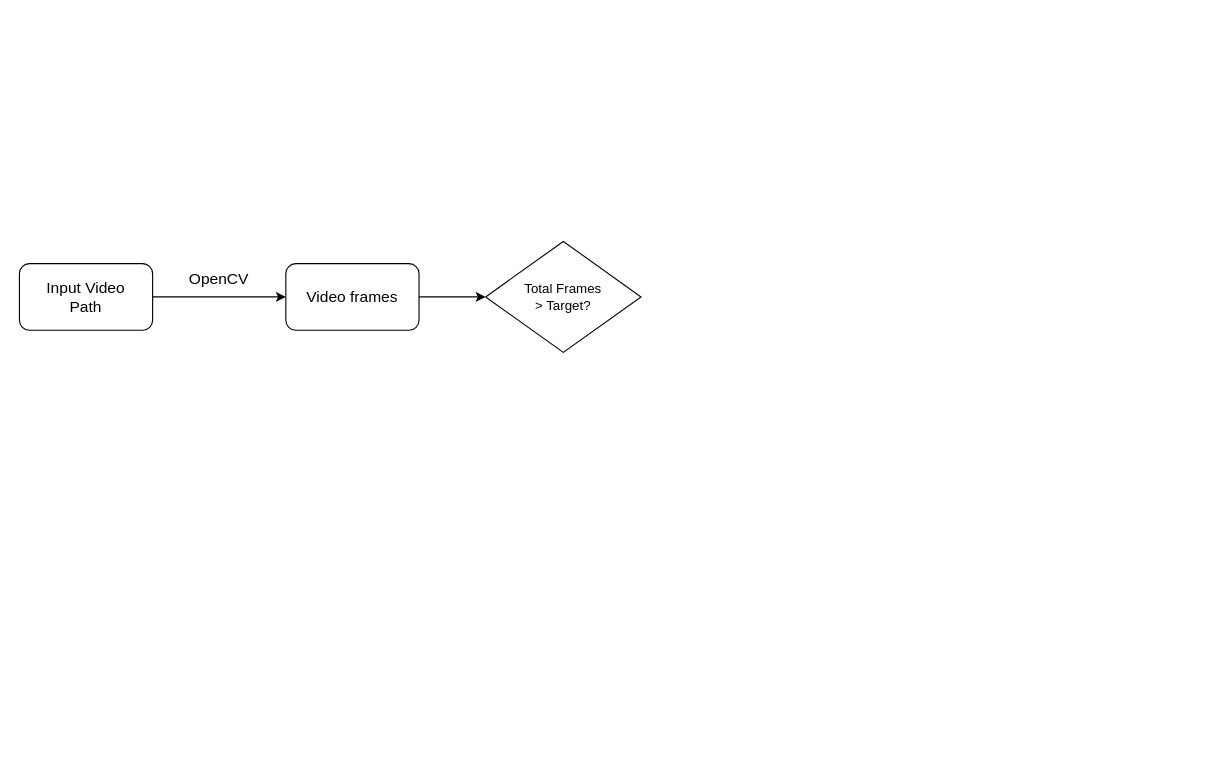
Before: DataPreprocessing.drawio in lukas0173/Draw.io, a draw.io diagram. Source tidied: cells renumbered, new cells numbered last; positions are measured from the earlier drawing's top-left corner, leaving out a move shared by most shapes. Both pictures are drawn from the tidied source at 111%, with x=0, y=0 at pixel (19, 241).
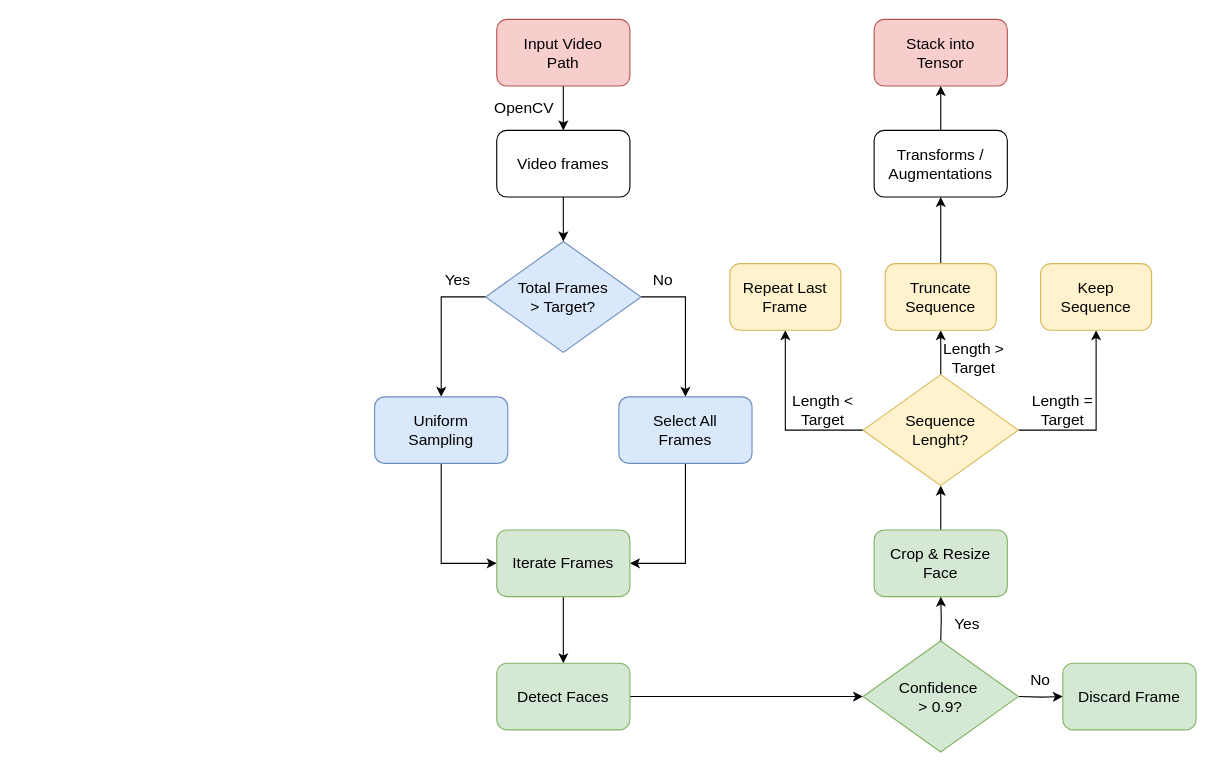
The same diagram, later.

What changed in the source:
```diff
@@
-    <mxCell id="2" style="edgeStyle=orthogonalEdgeStyle;rounded=0;jettySize=auto;html=1;entryX=0;entryY=0.5;entryDx=0;entryDy=0;" parent="1" edge="1" source="3" target="5">
+    <mxCell id="2" style="edgeStyle=orthogonalEdgeStyle;rounded=0;jettySize=auto;html=1;" parent="1" edge="1" source="3" target="5">
       <mxGeometry relative="1" as="geometry" />
     </mxCell>
-    <mxCell id="3" value="&lt;font&gt;Input Video&lt;/font&gt;&lt;div&gt;&lt;font&gt;Path&lt;/font&gt;&lt;/div&gt;" style="rounded=1;whiteSpace=wrap;html=1;fontSize=14;" parent="1" vertex="1">
-      <mxGeometry y="20" width="120" height="60" as="geometry" />
+    <mxCell id="3" value="&lt;font&gt;Input Video&lt;/font&gt;&lt;div&gt;&lt;font&gt;Path&lt;/font&gt;&lt;/div&gt;" style="rounded=1;whiteSpace=wrap;html=1;fontSize=14;fillColor=#f8cecc;strokeColor=#b85450;" parent="1" vertex="1">
+      <mxGeometry x="430" y="-200" width="120" height="60" as="geometry" />
     </mxCell>
@@
     <mxCell id="5" value="&lt;span&gt;Video frames&lt;/span&gt;" style="rounded=1;whiteSpace=wrap;html=1;fontSize=14;" parent="1" vertex="1">
-      <mxGeometry x="240" y="20" width="120" height="60" as="geometry" />
+      <mxGeometry x="430" y="-100" width="120" height="60" as="geometry" />
     </mxCell>
     <mxCell id="6" value="OpenCV" style="text;html=1;whiteSpace=wrap;strokeColor=none;fillColor=none;align=center;verticalAlign=middle;rounded=0;fontSize=14;" parent="1" vertex="1">
-      <mxGeometry x="150" y="19" width="60" height="30" as="geometry" />
+      <mxGeometry x="425" y="-135" width="60" height="30" as="geometry" />
     </mxCell>
+    <mxCell id="8" style="edgeStyle=orthogonalEdgeStyle;rounded=0;jettySize=auto;html=1;entryX=0.5;entryY=0;entryDx=0;entryDy=0;" parent="1" edge="1" source="7" target="11">
+      <mxGeometry relative="1" as="geometry">
+        <Array as="points">
+          <mxPoint x="380" y="50" />
+          <mxPoint x="380" y="140" />
+        </Array>
+      </mxGeometry>
+    </mxCell>
+    <mxCell id="9" style="edgeStyle=orthogonalEdgeStyle;rounded=0;jettySize=auto;html=1;entryX=0.5;entryY=0;entryDx=0;entryDy=0;" parent="1" edge="1" source="7" target="13">
+      <mxGeometry relative="1" as="geometry">
+        <Array as="points">
+          <mxPoint x="600" y="50" />
+        </Array>
+      </mxGeometry>
+    </mxCell>
-    <mxCell id="7" value="Total Frames&lt;div&gt;&amp;gt; Target?&lt;/div&gt;" style="rhombus;whiteSpace=wrap;html=1;" parent="1" vertex="1">
+    <mxCell id="7" value="Total Frames&lt;div&gt;&amp;gt; Target?&lt;/div&gt;" style="rhombus;whiteSpace=wrap;html=1;fontSize=14;fillColor=#dae8fc;strokeColor=#6c8ebf;" parent="1" vertex="1">
       <mxGeometry x="420" width="140" height="100" as="geometry" />
     </mxCell>
+    <mxCell id="10" style="edgeStyle=orthogonalEdgeStyle;rounded=0;jettySize=auto;html=1;entryX=0;entryY=0.5;entryDx=0;entryDy=0;" parent="1" edge="1" source="11" target="15">
+      <mxGeometry relative="1" as="geometry" />
+    </mxCell>
+    <mxCell id="11" value="&lt;span&gt;Uniform&lt;/span&gt;&lt;div&gt;&lt;span&gt;Sampling&lt;/span&gt;&lt;/div&gt;" style="rounded=1;whiteSpace=wrap;html=1;fontSize=14;fillColor=#dae8fc;strokeColor=#6c8ebf;" parent="1" vertex="1">
+      <mxGeometry x="320" y="140" width="120" height="60" as="geometry" />
+    </mxCell>
+    <mxCell id="12" style="edgeStyle=orthogonalEdgeStyle;rounded=0;jettySize=auto;html=1;entryX=1;entryY=0.5;entryDx=0;entryDy=0;" parent="1" edge="1" source="13" target="15">
+      <mxGeometry relative="1" as="geometry" />
+    </mxCell>
+    <mxCell id="13" value="&lt;span&gt;Select All&lt;/span&gt;&lt;div&gt;&lt;span&gt;Frames&lt;/span&gt;&lt;/div&gt;" style="rounded=1;whiteSpace=wrap;html=1;fontSize=14;fillColor=#dae8fc;strokeColor=#6c8ebf;" parent="1" vertex="1">
+      <mxGeometry x="540" y="140" width="120" height="60" as="geometry" />
+    </mxCell>
+    <mxCell id="14" style="edgeStyle=orthogonalEdgeStyle;rounded=0;jettySize=auto;html=1;" parent="1" edge="1" source="15" target="17">
+      <mxGeometry relative="1" as="geometry" />
+    </mxCell>
+    <mxCell id="15" value="Iterate Frames" style="rounded=1;whiteSpace=wrap;html=1;fontSize=14;fillColor=#d5e8d4;strokeColor=#82b366;" parent="1" vertex="1">
+      <mxGeometry x="430" y="260" width="120" height="60" as="geometry" />
+    </mxCell>
+    <mxCell id="16" style="edgeStyle=orthogonalEdgeStyle;rounded=0;jettySize=auto;html=1;entryX=0;entryY=0.5;entryDx=0;entryDy=0;" parent="1" edge="1" source="17" target="20">
+      <mxGeometry relative="1" as="geometry" />
+    </mxCell>
+    <mxCell id="17" value="Detect Faces" style="rounded=1;whiteSpace=wrap;html=1;fontSize=14;fillColor=#d5e8d4;strokeColor=#82b366;" parent="1" vertex="1">
+      <mxGeometry x="430" y="380" width="120" height="60" as="geometry" />
+    </mxCell>
+    <mxCell id="18" style="edgeStyle=orthogonalEdgeStyle;rounded=0;jettySize=auto;html=1;entryX=0;entryY=0.5;entryDx=0;entryDy=0;" parent="1" edge="1" target="21">
+      <mxGeometry relative="1" as="geometry">
+        <mxPoint x="900" y="410" as="sourcePoint" />
+      </mxGeometry>
+    </mxCell>
+    <mxCell id="19" style="edgeStyle=orthogonalEdgeStyle;rounded=0;jettySize=auto;html=1;" parent="1" edge="1" target="23">
+      <mxGeometry relative="1" as="geometry">
+        <mxPoint x="830" y="360" as="sourcePoint" />
+      </mxGeometry>
+    </mxCell>
+    <mxCell id="20" value="Confidence&amp;nbsp;&lt;div&gt;&amp;gt; 0.9?&lt;/div&gt;" style="rhombus;whiteSpace=wrap;html=1;fontSize=14;fillColor=#d5e8d4;strokeColor=#82b366;" parent="1" vertex="1">
+      <mxGeometry x="760" y="360" width="140" height="100" as="geometry" />
+    </mxCell>
+    <mxCell id="21" value="Discard Frame" style="rounded=1;whiteSpace=wrap;html=1;fontSize=14;fillColor=#d5e8d4;strokeColor=#82b366;" parent="1" vertex="1">
+      <mxGeometry x="940" y="380" width="120" height="60" as="geometry" />
+    </mxCell>
+    <mxCell id="22" style="edgeStyle=orthogonalEdgeStyle;rounded=0;jettySize=auto;html=1;" parent="1" edge="1" source="23" target="27">
+      <mxGeometry relative="1" as="geometry" />
+    </mxCell>
+    <mxCell id="23" value="Crop &amp;amp; Resize&lt;div&gt;Face&lt;/div&gt;" style="rounded=1;whiteSpace=wrap;html=1;fontSize=14;fillColor=#d5e8d4;strokeColor=#82b366;" parent="1" vertex="1">
+      <mxGeometry x="770" y="260" width="120" height="60" as="geometry" />
+    </mxCell>
+    <mxCell id="24" style="edgeStyle=orthogonalEdgeStyle;rounded=0;jettySize=auto;html=1;entryX=0.5;entryY=1;entryDx=0;entryDy=0;" parent="1" edge="1" source="27" target="28">
+      <mxGeometry relative="1" as="geometry" />
+    </mxCell>
+    <mxCell id="25" style="edgeStyle=orthogonalEdgeStyle;rounded=0;jettySize=auto;html=1;" parent="1" edge="1" source="27" target="30">
+      <mxGeometry relative="1" as="geometry" />
+    </mxCell>
+    <mxCell id="26" style="edgeStyle=orthogonalEdgeStyle;rounded=0;jettySize=auto;html=1;entryX=0.5;entryY=1;entryDx=0;entryDy=0;" parent="1" edge="1" source="27" target="31">
+      <mxGeometry relative="1" as="geometry" />
+    </mxCell>
+    <mxCell id="27" value="Sequence&lt;div&gt;Lenght?&lt;/div&gt;" style="rhombus;whiteSpace=wrap;html=1;fontSize=14;fillColor=#fff2cc;strokeColor=#d6b656;" parent="1" vertex="1">
+      <mxGeometry x="760" y="120" width="140" height="100" as="geometry" />
+    </mxCell>
+    <mxCell id="28" value="Repeat Last&lt;div&gt;Frame&lt;/div&gt;" style="rounded=1;whiteSpace=wrap;html=1;fontSize=14;fillColor=#fff2cc;strokeColor=#d6b656;" parent="1" vertex="1">
+      <mxGeometry x="640" y="20" width="100" height="60" as="geometry" />
+    </mxCell>
+    <mxCell id="29" style="edgeStyle=orthogonalEdgeStyle;rounded=0;jettySize=auto;html=1;" parent="1" edge="1" source="30" target="40">
+      <mxGeometry relative="1" as="geometry" />
+    </mxCell>
+    <mxCell id="30" value="Truncate&lt;div&gt;Sequence&lt;/div&gt;" style="rounded=1;whiteSpace=wrap;html=1;fontSize=14;fillColor=#fff2cc;strokeColor=#d6b656;" parent="1" vertex="1">
+      <mxGeometry x="780" y="20" width="100" height="60" as="geometry" />
+    </mxCell>
+    <mxCell id="31" value="Keep Sequence" style="rounded=1;whiteSpace=wrap;html=1;fontSize=14;fillColor=#fff2cc;strokeColor=#d6b656;" parent="1" vertex="1">
+      <mxGeometry x="920" y="20" width="100" height="60" as="geometry" />
+    </mxCell>
+    <mxCell id="32" value="Yes" style="text;html=1;whiteSpace=wrap;strokeColor=none;fillColor=none;align=center;verticalAlign=middle;rounded=0;fontSize=14;" parent="1" vertex="1">
+      <mxGeometry x="365" y="20" width="60" height="30" as="geometry" />
+    </mxCell>
+    <mxCell id="33" value="No" style="text;html=1;whiteSpace=wrap;strokeColor=none;fillColor=none;align=center;verticalAlign=middle;rounded=0;fontSize=14;" parent="1" vertex="1">
+      <mxGeometry x="550" y="20" width="60" height="30" as="geometry" />
+    </mxCell>
+    <mxCell id="34" value="No" style="text;html=1;whiteSpace=wrap;strokeColor=none;fillColor=none;align=center;verticalAlign=middle;rounded=0;fontSize=14;" parent="1" vertex="1">
+      <mxGeometry x="890" y="380" width="60" height="30" as="geometry" />
+    </mxCell>
+    <mxCell id="35" value="Yes" style="text;html=1;whiteSpace=wrap;strokeColor=none;fillColor=none;align=center;verticalAlign=middle;rounded=0;fontSize=14;" parent="1" vertex="1">
+      <mxGeometry x="824" y="330" width="60" height="30" as="geometry" />
+    </mxCell>
+    <mxCell id="36" value="Length &amp;lt; Target" style="text;html=1;whiteSpace=wrap;strokeColor=none;fillColor=none;align=center;verticalAlign=middle;rounded=0;fontSize=14;" parent="1" vertex="1">
+      <mxGeometry x="694" y="137" width="60" height="30" as="geometry" />
+    </mxCell>
+    <mxCell id="37" value="Length =&lt;div&gt;Target&lt;/div&gt;" style="text;html=1;whiteSpace=wrap;strokeColor=none;fillColor=none;align=center;verticalAlign=middle;rounded=0;fontSize=14;" parent="1" vertex="1">
+      <mxGeometry x="910" y="137" width="60" height="30" as="geometry" />
+    </mxCell>
+    <mxCell id="38" value="Length &amp;gt; Target" style="text;html=1;whiteSpace=wrap;strokeColor=none;fillColor=none;align=center;verticalAlign=middle;rounded=0;fontSize=14;" parent="1" vertex="1">
+      <mxGeometry x="830" y="90" width="60" height="30" as="geometry" />
+    </mxCell>
+    <mxCell id="39" style="edgeStyle=orthogonalEdgeStyle;rounded=0;jettySize=auto;html=1;" parent="1" edge="1" source="40" target="41">
+      <mxGeometry relative="1" as="geometry" />
+    </mxCell>
+    <mxCell id="40" value="&lt;span&gt;Transforms /&lt;/span&gt;&lt;div&gt;&lt;span&gt;Augmentations&lt;/span&gt;&lt;/div&gt;" style="rounded=1;whiteSpace=wrap;html=1;fontSize=14;" parent="1" vertex="1">
+      <mxGeometry x="770" y="-100" width="120" height="60" as="geometry" />
+    </mxCell>
+    <mxCell id="41" value="Stack into&lt;div&gt;Tensor&lt;/div&gt;" style="rounded=1;whiteSpace=wrap;html=1;fontSize=14;fillColor=#f8cecc;strokeColor=#b85450;" parent="1" vertex="1">
+      <mxGeometry x="770" y="-200" width="120" height="60" as="geometry" />
+    </mxCell>
```
